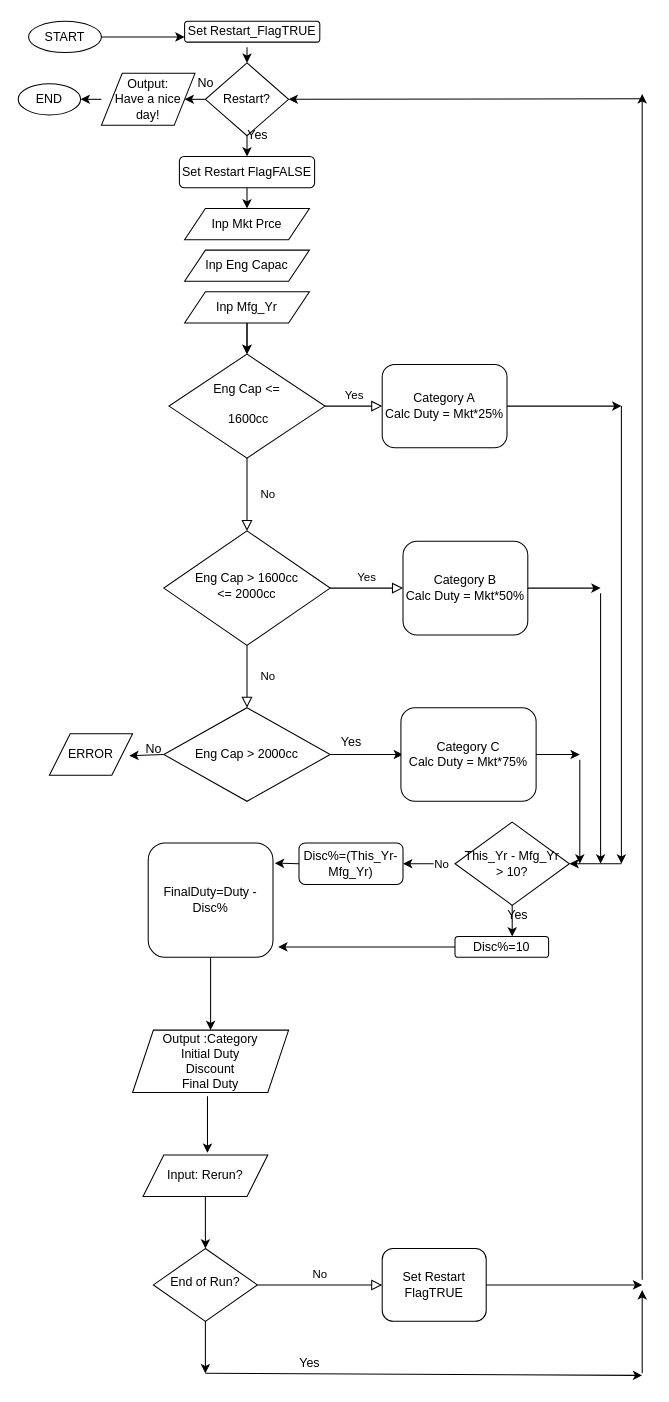
The draw.io diagram Untitled Diagram.drawio in john-itcsolutions/Elastos, before the edit. Source tidied: cells renumbered, new cells numbered last; positions are measured from the earlier drawing's top-left corner, leaving out a move shared by most shapes. Both pictures are drawn from the tidied source at 104%, with x=0, y=0 at pixel (18, 21).
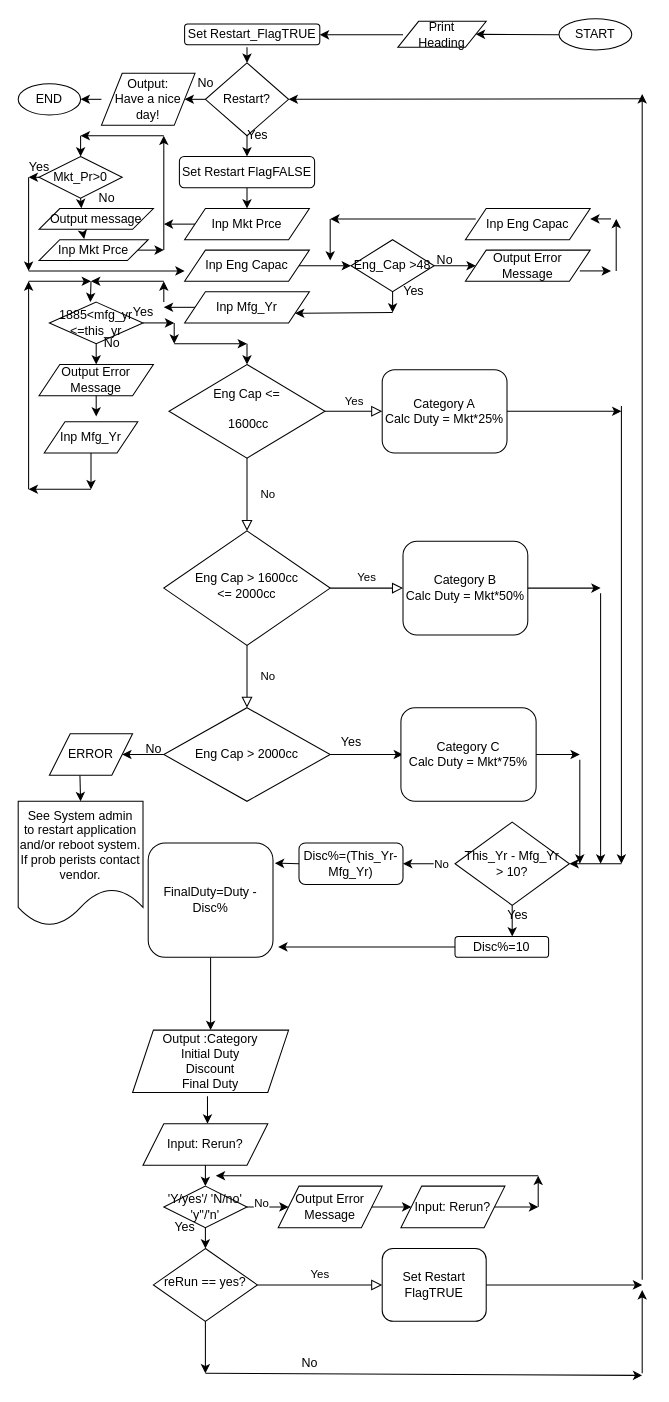
The same page after the edit.

Unchanged cells that the change refers to:
```xml
<mxCell id="9" value="Inp Mkt Prce" style="shape=parallelogram;perimeter=parallelogramPerimeter;whiteSpace=wrap;html=1;fixedSize=1;" parent="1" vertex="1">
  <mxGeometry x="160" y="180" width="120" height="30" as="geometry" />
</mxCell>
<mxCell id="10" value="Inp Eng Capac" style="shape=parallelogram;perimeter=parallelogramPerimeter;whiteSpace=wrap;html=1;fixedSize=1;" parent="1" vertex="1">
  <mxGeometry x="160" y="220" width="120" height="30" as="geometry" />
</mxCell>
<mxCell id="16" value="Inp Mfg_Yr" style="shape=parallelogram;perimeter=parallelogramPerimeter;whiteSpace=wrap;html=1;fixedSize=1;" parent="1" vertex="1">
  <mxGeometry x="160" y="260" width="120" height="30" as="geometry" />
</mxCell>
<mxCell id="17" value="&lt;div&gt;Set Restart FlagTRUE&lt;/div&gt;" style="rounded=1;whiteSpace=wrap;html=1;" parent="1" vertex="1">
  <mxGeometry x="350" y="1180" width="100" height="70" as="geometry" />
</mxCell>
<mxCell id="23" value="Eng Cap &amp;gt; 2000cc" style="rhombus;whiteSpace=wrap;html=1;" parent="1" vertex="1">
  <mxGeometry x="140" y="660" width="160" height="90" as="geometry" />
</mxCell>
<mxCell id="34" value="ERROR" style="shape=parallelogram;perimeter=parallelogramPerimeter;whiteSpace=wrap;html=1;fixedSize=1;" parent="1" vertex="1">
  <mxGeometry x="30" y="685" width="80" height="40" as="geometry" />
</mxCell>
<mxCell id="39" value="&lt;div&gt;Output :Category&lt;/div&gt;&lt;div&gt;Initial Duty&lt;br&gt;&lt;/div&gt;&lt;div&gt;Discount&lt;/div&gt;&lt;div&gt;Final Duty&lt;br&gt;&lt;/div&gt;" style="shape=parallelogram;perimeter=parallelogramPerimeter;whiteSpace=wrap;html=1;fixedSize=1;" parent="1" vertex="1">
  <mxGeometry x="110" y="970" width="150" height="60" as="geometry" />
</mxCell>
```

Diff of the diagram source:
```diff
@@
     <mxCell id="3" value="&lt;div&gt;Eng Cap &amp;lt;=&lt;/div&gt;&lt;div&gt;&lt;br&gt;&lt;/div&gt;&amp;nbsp;1600cc" style="rhombus;whiteSpace=wrap;html=1;shadow=0;fontFamily=Helvetica;fontSize=12;align=center;strokeWidth=1;spacing=6;spacingTop=-4;" parent="1" vertex="1">
-      <mxGeometry x="145" y="320" width="150" height="100" as="geometry" />
+      <mxGeometry x="145" y="330" width="150" height="90" as="geometry" />
     </mxCell>
     <mxCell id="4" value="Category A&lt;br&gt;&lt;div&gt;Calc Duty = Mkt*25%&lt;/div&gt;" style="rounded=1;whiteSpace=wrap;html=1;fontSize=12;glass=0;strokeWidth=1;shadow=0;" parent="1" vertex="1">
-      <mxGeometry x="350" y="330" width="120" height="80" as="geometry" />
+      <mxGeometry x="350" y="335" width="120" height="80" as="geometry" />
     </mxCell>
@@
-    <mxCell id="7" value="End of Run?" style="rhombus;whiteSpace=wrap;html=1;shadow=0;fontFamily=Helvetica;fontSize=12;align=center;strokeWidth=1;spacing=6;spacingTop=-4;" parent="1" vertex="1">
+    <mxCell id="7" value="reRun == yes?" style="rhombus;whiteSpace=wrap;html=1;shadow=0;fontFamily=Helvetica;fontSize=12;align=center;strokeWidth=1;spacing=6;spacingTop=-4;" parent="1" vertex="1">
       <mxGeometry x="130" y="1180" width="100" height="70" as="geometry" />
     </mxCell>
     <mxCell id="8" value="START" style="ellipse;whiteSpace=wrap;html=1;" parent="1" vertex="1">
-      <mxGeometry x="10" width="70" height="30" as="geometry" />
+      <mxGeometry x="520" y="-2.5" width="70" height="30" as="geometry" />
     </mxCell>
@@
-    <mxCell id="11" style="edgeStyle=orthogonalEdgeStyle;rounded=0;orthogonalLoop=1;jettySize=auto;html=1;" parent="1" edge="1">
-      <mxGeometry relative="1" as="geometry">
-        <mxPoint x="220" y="270" as="sourcePoint" />
-        <mxPoint x="220" y="320" as="targetPoint" />
-      </mxGeometry>
-    </mxCell>
-    <mxCell id="12" style="edgeStyle=orthogonalEdgeStyle;rounded=0;jettySize=auto;html=1;" parent="1" edge="1" source="16">
+    <mxCell id="12" style="edgeStyle=orthogonalEdgeStyle;rounded=0;jettySize=auto;html=1;entryX=0.5;entryY=0;entryDx=0;entryDy=0;" parent="1" edge="1" target="3">
       <mxGeometry relative="1" as="geometry">
-        <mxPoint x="220" y="320" as="targetPoint" />
+        <mxPoint x="220" y="310" as="sourcePoint" />
       </mxGeometry>
     </mxCell>
@@
-    <mxCell id="15" value="No" style="edgeStyle=orthogonalEdgeStyle;rounded=0;html=1;jettySize=auto;fontSize=11;endArrow=block;endFill=0;endSize=8;strokeWidth=1;shadow=0;labelBackgroundColor=none;exitX=1;exitY=0.5;exitDx=0;exitDy=0;entryX=0;entryY=0.5;entryDx=0;entryDy=0;" parent="1" edge="1" source="7" target="17">
+    <mxCell id="15" value="Yes" style="edgeStyle=orthogonalEdgeStyle;rounded=0;html=1;jettySize=auto;fontSize=11;endArrow=block;endFill=0;endSize=8;strokeWidth=1;shadow=0;labelBackgroundColor=none;exitX=1;exitY=0.5;exitDx=0;exitDy=0;entryX=0;entryY=0.5;entryDx=0;entryDy=0;" parent="1" edge="1" source="7" target="17">
       <mxGeometry y="10" relative="1" as="geometry" />
     </mxCell>
+    <mxCell id="69" style="edgeStyle=orthogonalEdgeStyle;rounded=0;jettySize=auto;html=1;" parent="1" edge="1" source="16">
+      <mxGeometry relative="1" as="geometry">
+        <mxPoint x="140" y="275" as="targetPoint" />
+      </mxGeometry>
+    </mxCell>
@@
     <mxCell id="27" style="endArrow=classic;html=1;exitX=1;exitY=0.5;exitDx=0;exitDy=0;" parent="1" edge="1" source="4">
       <mxGeometry relative="1" as="geometry">
-        <mxPoint x="580" y="370" as="targetPoint" />
+        <mxPoint x="580" y="375" as="targetPoint" />
       </mxGeometry>
     </mxCell>
@@
-    <mxCell id="32" style="endArrow=classic;html=1;exitX=0;exitY=0.5;exitDx=0;exitDy=0;entryX=0.061;entryY=0.808;entryDx=0;entryDy=0;entryPerimeter=0;" parent="1" edge="1" source="23">
-      <mxGeometry relative="1" as="geometry">
-        <mxPoint x="106.8" y="706.2" as="targetPoint" />
-      </mxGeometry>
+    <mxCell id="32" style="endArrow=classic;html=1;exitX=0;exitY=0.5;exitDx=0;exitDy=0;entryX=1;entryY=0.5;entryDx=0;entryDy=0;" parent="1" edge="1" source="23" target="34">
+      <mxGeometry relative="1" as="geometry" />
     </mxCell>
@@
     <mxCell id="40" value="Input: Rerun?" style="shape=parallelogram;perimeter=parallelogramPerimeter;whiteSpace=wrap;html=1;fixedSize=1;" parent="1" vertex="1">
-      <mxGeometry x="120" y="1090" width="120" height="40" as="geometry" />
+      <mxGeometry x="120" y="1060" width="120" height="40" as="geometry" />
     </mxCell>
-    <mxCell id="41" style="endArrow=classic;html=1;exitX=0.5;exitY=1;exitDx=0;exitDy=0;entryX=0.5;entryY=0;entryDx=0;entryDy=0;" parent="1" edge="1" source="40" target="7">
-      <mxGeometry relative="1" as="geometry" />
+    <mxCell id="41" style="endArrow=classic;html=1;entryX=0.5;entryY=0;entryDx=0;entryDy=0;" parent="1" edge="1" target="7">
+      <mxGeometry relative="1" as="geometry">
+        <mxPoint x="180" y="1180" as="sourcePoint" />
+      </mxGeometry>
     </mxCell>
     <mxCell id="42" style="endArrow=classic;html=1;exitX=0.48;exitY=1.061;exitDx=0;exitDy=0;exitPerimeter=0;" parent="1" edge="1" source="39">
       <mxGeometry relative="1" as="geometry">
-        <mxPoint x="182" y="1088" as="targetPoint" />
+        <mxPoint x="182" y="1060" as="targetPoint" />
       </mxGeometry>
     </mxCell>
@@
-    <mxCell id="55" style="endArrow=classic;html=1;exitX=1;exitY=0.5;exitDx=0;exitDy=0;entryX=0;entryY=0.75;entryDx=0;entryDy=0;" parent="1" edge="1" source="8" target="64">
-      <mxGeometry relative="1" as="geometry" />
+    <mxCell id="55" style="endArrow=classic;html=1;entryX=1;entryY=0.5;entryDx=0;entryDy=0;" parent="1" edge="1" target="129">
+      <mxGeometry relative="1" as="geometry">
+        <mxPoint x="520" y="13" as="sourcePoint" />
+      </mxGeometry>
     </mxCell>
@@
-    <mxCell id="63" value="&lt;div&gt;Yes&lt;/div&gt;" style="text;html=1;align=center;verticalAlign=middle;" parent="1" vertex="1">
-      <mxGeometry x="260" y="1280" width="40" height="20" as="geometry" />
+    <mxCell id="63" value="No" style="text;html=1;align=center;verticalAlign=middle;" parent="1" vertex="1">
+      <mxGeometry x="265" y="1280" width="30" height="20" as="geometry" />
     </mxCell>
     <mxCell id="64" value="Set Restart_FlagTRUE" style="rounded=1;whiteSpace=wrap;html=1;" parent="1" vertex="1">
-      <mxGeometry x="160" width="130" height="20" as="geometry" />
+      <mxGeometry x="160" y="2.5" width="130" height="20" as="geometry" />
     </mxCell>
@@
+    <mxCell id="70" value="&lt;div&gt;'Y/yes'/ 'N/no'&lt;/div&gt;'y''/'n'" style="rhombus;whiteSpace=wrap;html=1;" parent="1" vertex="1">
+      <mxGeometry x="140" y="1120" width="80" height="40" as="geometry" />
+    </mxCell>
+    <mxCell id="71" style="endArrow=classic;html=1;exitX=0.5;exitY=1;exitDx=0;exitDy=0;" parent="1" edge="1" source="70">
+      <mxGeometry relative="1" as="geometry">
+        <mxPoint x="180" y="1180" as="targetPoint" />
+      </mxGeometry>
+    </mxCell>
+    <mxCell id="72" style="endArrow=classic;html=1;exitX=0.5;exitY=1;exitDx=0;exitDy=0;entryX=0.5;entryY=0;entryDx=0;entryDy=0;" parent="1" edge="1" source="40" target="70">
+      <mxGeometry relative="1" as="geometry" />
+    </mxCell>
+    <mxCell id="73" style="endArrow=classic;html=1;exitX=1;exitY=0.5;exitDx=0;exitDy=0;" parent="1" edge="1" source="70">
+      <mxGeometry relative="1" as="geometry">
+        <mxPoint x="260" y="1140" as="targetPoint" />
+      </mxGeometry>
+    </mxCell>
+    <mxCell id="74" value="No" style="edgeLabel;html=1;align=center;verticalAlign=middle;" parent="73" vertex="1">
+      <mxGeometry x="-0.35" y="4" relative="1" as="geometry" />
+    </mxCell>
+    <mxCell id="75" value="&lt;div&gt;Output Error&lt;/div&gt;&lt;div&gt;Message&lt;br&gt;&lt;/div&gt;" style="shape=parallelogram;perimeter=parallelogramPerimeter;whiteSpace=wrap;html=1;fixedSize=1;" parent="1" vertex="1">
+      <mxGeometry x="250" y="1120" width="100" height="40" as="geometry" />
+    </mxCell>
+    <mxCell id="76" value="Input: Rerun?" style="shape=parallelogram;perimeter=parallelogramPerimeter;whiteSpace=wrap;html=1;fixedSize=1;" parent="1" vertex="1">
+      <mxGeometry x="368" y="1120" width="100" height="40" as="geometry" />
+    </mxCell>
+    <mxCell id="77" style="endArrow=classic;html=1;exitX=1;exitY=0.5;exitDx=0;exitDy=0;entryX=0;entryY=0.5;entryDx=0;entryDy=0;" parent="1" edge="1" source="75" target="76">
+      <mxGeometry relative="1" as="geometry" />
+    </mxCell>
+    <mxCell id="78" style="endArrow=classic;html=1;exitX=1;exitY=0.5;exitDx=0;exitDy=0;" parent="1" edge="1" source="76">
+      <mxGeometry relative="1" as="geometry">
+        <mxPoint x="500" y="1140" as="targetPoint" />
+      </mxGeometry>
+    </mxCell>
+    <mxCell id="79" style="endArrow=classic;html=1;" parent="1" edge="1">
+      <mxGeometry relative="1" as="geometry">
+        <mxPoint x="500" y="1140" as="sourcePoint" />
+        <mxPoint x="500" y="1110" as="targetPoint" />
+      </mxGeometry>
+    </mxCell>
+    <mxCell id="80" style="endArrow=classic;html=1;" parent="1" edge="1">
+      <mxGeometry relative="1" as="geometry">
+        <mxPoint x="500" y="1110" as="sourcePoint" />
+        <mxPoint x="190" y="1110" as="targetPoint" />
+      </mxGeometry>
+    </mxCell>
+    <mxCell id="81" value="Yes" style="text;html=1;align=center;verticalAlign=middle;" parent="1" vertex="1">
+      <mxGeometry x="140" y="1150" width="40" height="20" as="geometry" />
+    </mxCell>
+    <mxCell id="82" value="Mkt_Pr&amp;gt;0" style="rhombus;whiteSpace=wrap;html=1;" parent="1" vertex="1">
+      <mxGeometry x="20" y="130" width="80" height="40" as="geometry" />
+    </mxCell>
+    <mxCell id="83" style="endArrow=classic;html=1;exitX=0;exitY=0.5;exitDx=0;exitDy=0;" parent="1" edge="1" source="9">
+      <mxGeometry relative="1" as="geometry">
+        <mxPoint x="140" y="195" as="targetPoint" />
+      </mxGeometry>
+    </mxCell>
+    <mxCell id="84" style="endArrow=classic;html=1;" parent="1" edge="1">
+      <mxGeometry relative="1" as="geometry">
+        <mxPoint x="140" y="220" as="sourcePoint" />
+        <mxPoint x="140" y="110" as="targetPoint" />
+      </mxGeometry>
+    </mxCell>
+    <mxCell id="85" style="endArrow=classic;html=1;" parent="1" edge="1">
+      <mxGeometry relative="1" as="geometry">
+        <mxPoint x="60" y="110" as="sourcePoint" />
+        <mxPoint x="60" y="130" as="targetPoint" />
+      </mxGeometry>
+    </mxCell>
+    <mxCell id="86" style="endArrow=classic;html=1;" parent="1" edge="1">
+      <mxGeometry relative="1" as="geometry">
+        <mxPoint x="140" y="110" as="sourcePoint" />
+        <mxPoint x="60" y="110" as="targetPoint" />
+      </mxGeometry>
+    </mxCell>
+    <mxCell id="87" value="Inp Mkt Prce" style="shape=parallelogram;perimeter=parallelogramPerimeter;whiteSpace=wrap;html=1;fixedSize=1;" parent="1" vertex="1">
+      <mxGeometry x="20" y="210" width="105" height="20" as="geometry" />
+    </mxCell>
+    <mxCell id="88" style="endArrow=classic;html=1;exitX=1;exitY=0.5;exitDx=0;exitDy=0;" parent="1" edge="1" source="87">
+      <mxGeometry relative="1" as="geometry">
+        <mxPoint x="140" y="220" as="targetPoint" />
+      </mxGeometry>
+    </mxCell>
+    <mxCell id="89" style="endArrow=classic;html=1;" parent="1" edge="1">
+      <mxGeometry relative="1" as="geometry">
+        <mxPoint x="10" y="150" as="sourcePoint" />
+        <mxPoint x="10" y="240" as="targetPoint" />
+      </mxGeometry>
+    </mxCell>
+    <mxCell id="90" style="endArrow=classic;html=1;exitX=0;exitY=0.5;exitDx=0;exitDy=0;" parent="1" edge="1" source="82">
+      <mxGeometry relative="1" as="geometry">
+        <mxPoint x="10" y="150" as="targetPoint" />
+      </mxGeometry>
+    </mxCell>
+    <mxCell id="91" value="Yes" style="text;html=1;align=center;verticalAlign=middle;" parent="1" vertex="1">
+      <mxGeometry y="130" width="40" height="20" as="geometry" />
+    </mxCell>
+    <mxCell id="92" value="No" style="text;html=1;align=center;verticalAlign=middle;" parent="1" vertex="1">
+      <mxGeometry x="70" y="160" width="30" height="20" as="geometry" />
+    </mxCell>
+    <mxCell id="93" style="endArrow=classic;html=1;" parent="1" edge="1">
+      <mxGeometry relative="1" as="geometry">
+        <mxPoint x="10" y="240" as="sourcePoint" />
+        <mxPoint x="160" y="240" as="targetPoint" />
+      </mxGeometry>
+    </mxCell>
+    <mxCell id="94" value="Eng_Cap &amp;gt;48" style="rhombus;whiteSpace=wrap;html=1;" parent="1" vertex="1">
+      <mxGeometry x="320" y="210" width="80" height="50" as="geometry" />
+    </mxCell>
+    <mxCell id="95" style="endArrow=classic;html=1;exitX=1;exitY=0.5;exitDx=0;exitDy=0;entryX=0;entryY=0.5;entryDx=0;entryDy=0;" parent="1" edge="1" source="10" target="94">
+      <mxGeometry relative="1" as="geometry" />
+    </mxCell>
+    <mxCell id="96" style="endArrow=classic;html=1;exitX=0.5;exitY=1;exitDx=0;exitDy=0;" parent="1" edge="1" source="94">
+      <mxGeometry relative="1" as="geometry">
+        <mxPoint x="360" y="280" as="targetPoint" />
+      </mxGeometry>
+    </mxCell>
+    <mxCell id="97" style="endArrow=classic;html=1;entryX=1;entryY=0.75;entryDx=0;entryDy=0;" parent="1" edge="1" target="16">
+      <mxGeometry relative="1" as="geometry">
+        <mxPoint x="360" y="280" as="sourcePoint" />
+      </mxGeometry>
+    </mxCell>
+    <mxCell id="98" value="Yes" style="text;html=1;align=center;verticalAlign=middle;" parent="1" vertex="1">
+      <mxGeometry x="360" y="250" width="40" height="20" as="geometry" />
+    </mxCell>
+    <mxCell id="99" style="endArrow=classic;html=1;exitX=1;exitY=0.5;exitDx=0;exitDy=0;" parent="1" edge="1" source="94">
+      <mxGeometry relative="1" as="geometry">
+        <mxPoint x="440" y="235" as="targetPoint" />
+      </mxGeometry>
+    </mxCell>
+    <mxCell id="100" value="Inp Eng Capac" style="shape=parallelogram;perimeter=parallelogramPerimeter;whiteSpace=wrap;html=1;fixedSize=1;" parent="1" vertex="1">
+      <mxGeometry x="430" y="180" width="120" height="30" as="geometry" />
+    </mxCell>
+    <mxCell id="101" style="endArrow=classic;html=1;" parent="1" edge="1">
+      <mxGeometry relative="1" as="geometry">
+        <mxPoint x="570" y="190" as="sourcePoint" />
+        <mxPoint x="550" y="190" as="targetPoint" />
+      </mxGeometry>
+    </mxCell>
+    <mxCell id="102" style="endArrow=classic;html=1;" parent="1" edge="1">
+      <mxGeometry relative="1" as="geometry">
+        <mxPoint x="575" y="240" as="sourcePoint" />
+        <mxPoint x="575" y="190" as="targetPoint" />
+      </mxGeometry>
+    </mxCell>
+    <mxCell id="103" style="endArrow=classic;html=1;" parent="1" edge="1">
+      <mxGeometry relative="1" as="geometry">
+        <mxPoint x="440" y="190" as="sourcePoint" />
+        <mxPoint x="300" y="190" as="targetPoint" />
+      </mxGeometry>
+    </mxCell>
+    <mxCell id="104" style="endArrow=classic;html=1;" parent="1" edge="1">
+      <mxGeometry relative="1" as="geometry">
+        <mxPoint x="300" y="190" as="sourcePoint" />
+        <mxPoint x="300" y="230" as="targetPoint" />
+      </mxGeometry>
+    </mxCell>
+    <mxCell id="105" value="&lt;div&gt;1885&amp;lt;mfg_yr&lt;/div&gt;&lt;div&gt;&amp;lt;=this_yr&lt;br&gt;&lt;/div&gt;" style="rhombus;whiteSpace=wrap;html=1;" parent="1" vertex="1">
+      <mxGeometry x="30" y="270" width="90" height="40" as="geometry" />
+    </mxCell>
+    <mxCell id="106" style="endArrow=classic;html=1;" parent="1" edge="1">
+      <mxGeometry relative="1" as="geometry">
+        <mxPoint x="140" y="270" as="sourcePoint" />
+        <mxPoint x="140" y="250" as="targetPoint" />
+      </mxGeometry>
+    </mxCell>
+    <mxCell id="107" style="endArrow=classic;html=1;entryX=0.438;entryY=0;entryDx=0;entryDy=0;entryPerimeter=0;" parent="1" edge="1" target="105">
+      <mxGeometry relative="1" as="geometry">
+        <mxPoint x="70" y="250" as="sourcePoint" />
+      </mxGeometry>
+    </mxCell>
+    <mxCell id="108" style="endArrow=classic;html=1;" parent="1" edge="1">
+      <mxGeometry relative="1" as="geometry">
+        <mxPoint x="140" y="250" as="sourcePoint" />
+        <mxPoint x="70" y="250" as="targetPoint" />
+      </mxGeometry>
+    </mxCell>
+    <mxCell id="109" value="&lt;div&gt;Output Error&lt;/div&gt;&lt;div&gt;Message&lt;br&gt;&lt;/div&gt;" style="shape=parallelogram;perimeter=parallelogramPerimeter;whiteSpace=wrap;html=1;fixedSize=1;" parent="1" vertex="1">
+      <mxGeometry x="20" y="330" width="110" height="30" as="geometry" />
+    </mxCell>
+    <mxCell id="110" style="endArrow=classic;html=1;exitX=0.5;exitY=1;exitDx=0;exitDy=0;entryX=0.5;entryY=0;entryDx=0;entryDy=0;" parent="1" edge="1" source="105" target="109">
+      <mxGeometry relative="1" as="geometry" />
+    </mxCell>
+    <mxCell id="111" value="No" style="text;html=1;align=center;verticalAlign=middle;" parent="1" vertex="1">
+      <mxGeometry x="75" y="300" width="30" height="20" as="geometry" />
+    </mxCell>
+    <mxCell id="112" style="endArrow=classic;html=1;exitX=0.5;exitY=1;exitDx=0;exitDy=0;" parent="1" edge="1" source="109">
+      <mxGeometry relative="1" as="geometry">
+        <mxPoint x="75" y="380" as="targetPoint" />
+      </mxGeometry>
+    </mxCell>
+    <mxCell id="113" style="endArrow=classic;html=1;" parent="1" edge="1">
+      <mxGeometry relative="1" as="geometry">
+        <mxPoint x="70" y="450" as="sourcePoint" />
+        <mxPoint x="10" y="450" as="targetPoint" />
+      </mxGeometry>
+    </mxCell>
+    <mxCell id="114" style="endArrow=classic;html=1;" parent="1" edge="1">
+      <mxGeometry relative="1" as="geometry">
+        <mxPoint x="10" y="450" as="sourcePoint" />
+        <mxPoint x="10" y="250" as="targetPoint" />
+      </mxGeometry>
+    </mxCell>
+    <mxCell id="115" style="endArrow=classic;html=1;" parent="1" edge="1">
+      <mxGeometry relative="1" as="geometry">
+        <mxPoint x="10" y="250" as="sourcePoint" />
+        <mxPoint x="70" y="250" as="targetPoint" />
+      </mxGeometry>
+    </mxCell>
+    <mxCell id="116" style="endArrow=classic;html=1;" parent="1" edge="1">
+      <mxGeometry relative="1" as="geometry">
+        <mxPoint x="120" y="290" as="sourcePoint" />
+        <mxPoint x="150" y="290" as="targetPoint" />
+      </mxGeometry>
+    </mxCell>
+    <mxCell id="117" value="Yes" style="text;html=1;align=center;verticalAlign=middle;" parent="1" vertex="1">
+      <mxGeometry x="100" y="270" width="40" height="20" as="geometry" />
+    </mxCell>
+    <mxCell id="118" value="No" style="text;html=1;align=center;verticalAlign=middle;" parent="1" vertex="1">
+      <mxGeometry x="395" y="220" width="30" height="20" as="geometry" />
+    </mxCell>
+    <mxCell id="119" style="endArrow=classic;html=1;" parent="1" edge="1">
+      <mxGeometry relative="1" as="geometry">
+        <mxPoint x="150" y="290" as="sourcePoint" />
+        <mxPoint x="150" y="310" as="targetPoint" />
+      </mxGeometry>
+    </mxCell>
+    <mxCell id="120" style="endArrow=classic;html=1;" parent="1" edge="1">
+      <mxGeometry relative="1" as="geometry">
+        <mxPoint x="150" y="310" as="sourcePoint" />
+        <mxPoint x="220" y="310" as="targetPoint" />
+      </mxGeometry>
+    </mxCell>
+    <mxCell id="121" value="Output message" style="shape=parallelogram;perimeter=parallelogramPerimeter;whiteSpace=wrap;html=1;fixedSize=1;" parent="1" vertex="1">
+      <mxGeometry x="20" y="180" width="110" height="20" as="geometry" />
+    </mxCell>
+    <mxCell id="122" style="endArrow=classic;html=1;exitX=0.5;exitY=1;exitDx=0;exitDy=0;entryX=0.371;entryY=-0.012;entryDx=0;entryDy=0;entryPerimeter=0;" parent="1" edge="1" source="82" target="121">
+      <mxGeometry relative="1" as="geometry" />
+    </mxCell>
+    <mxCell id="123" value="&lt;div&gt;Output Error&lt;/div&gt;&lt;div&gt; Message&lt;/div&gt;" style="shape=parallelogram;perimeter=parallelogramPerimeter;whiteSpace=wrap;html=1;fixedSize=1;" parent="1" vertex="1">
+      <mxGeometry x="430" y="220" width="120" height="30" as="geometry" />
+    </mxCell>
+    <mxCell id="124" style="endArrow=classic;html=1;" parent="1" edge="1">
+      <mxGeometry relative="1" as="geometry">
+        <mxPoint x="540" y="240" as="sourcePoint" />
+        <mxPoint x="570" y="240" as="targetPoint" />
+      </mxGeometry>
+    </mxCell>
+    <mxCell id="125" value="Inp Mfg_Yr" style="shape=parallelogram;perimeter=parallelogramPerimeter;whiteSpace=wrap;html=1;fixedSize=1;" parent="1" vertex="1">
+      <mxGeometry x="25" y="385" width="90" height="30" as="geometry" />
+    </mxCell>
+    <mxCell id="126" style="endArrow=classic;html=1;exitX=0.5;exitY=1;exitDx=0;exitDy=0;" parent="1" edge="1" source="125">
+      <mxGeometry relative="1" as="geometry">
+        <mxPoint x="70" y="450" as="targetPoint" />
+      </mxGeometry>
+    </mxCell>
+    <mxCell id="127" style="endArrow=classic;html=1;exitX=0.383;exitY=1.126;exitDx=0;exitDy=0;exitPerimeter=0;entryX=0.414;entryY=-0.029;entryDx=0;entryDy=0;entryPerimeter=0;" parent="1" edge="1" source="121" target="87">
+      <mxGeometry relative="1" as="geometry" />
+    </mxCell>
+    <mxCell id="128" style="endArrow=classic;html=1;" parent="1" edge="1">
+      <mxGeometry relative="1" as="geometry">
+        <mxPoint x="370" y="13" as="sourcePoint" />
+        <mxPoint x="290" y="13" as="targetPoint" />
+      </mxGeometry>
+    </mxCell>
+    <mxCell id="129" value="&lt;div&gt;Print&lt;/div&gt;&lt;div&gt;Heading&lt;br&gt;&lt;/div&gt;" style="shape=parallelogram;perimeter=parallelogramPerimeter;whiteSpace=wrap;html=1;fixedSize=1;" parent="1" vertex="1">
+      <mxGeometry x="365" width="85" height="25" as="geometry" />
+    </mxCell>
+    <mxCell id="130" value="&lt;div&gt;See System admin&lt;/div&gt;&lt;div&gt;to restart application and/or reboot system.&lt;/div&gt;&lt;div&gt;If prob perists contact vendor.&lt;br&gt;&lt;/div&gt;" style="shape=document;whiteSpace=wrap;html=1;boundedLbl=1;" parent="1" vertex="1">
+      <mxGeometry y="750" width="120" height="120" as="geometry" />
+    </mxCell>
+    <mxCell id="131" style="endArrow=classic;html=1;exitX=0.367;exitY=1.007;exitDx=0;exitDy=0;exitPerimeter=0;entryX=0.5;entryY=0;entryDx=0;entryDy=0;" parent="1" edge="1" source="34" target="130">
+      <mxGeometry relative="1" as="geometry" />
+    </mxCell>
```
